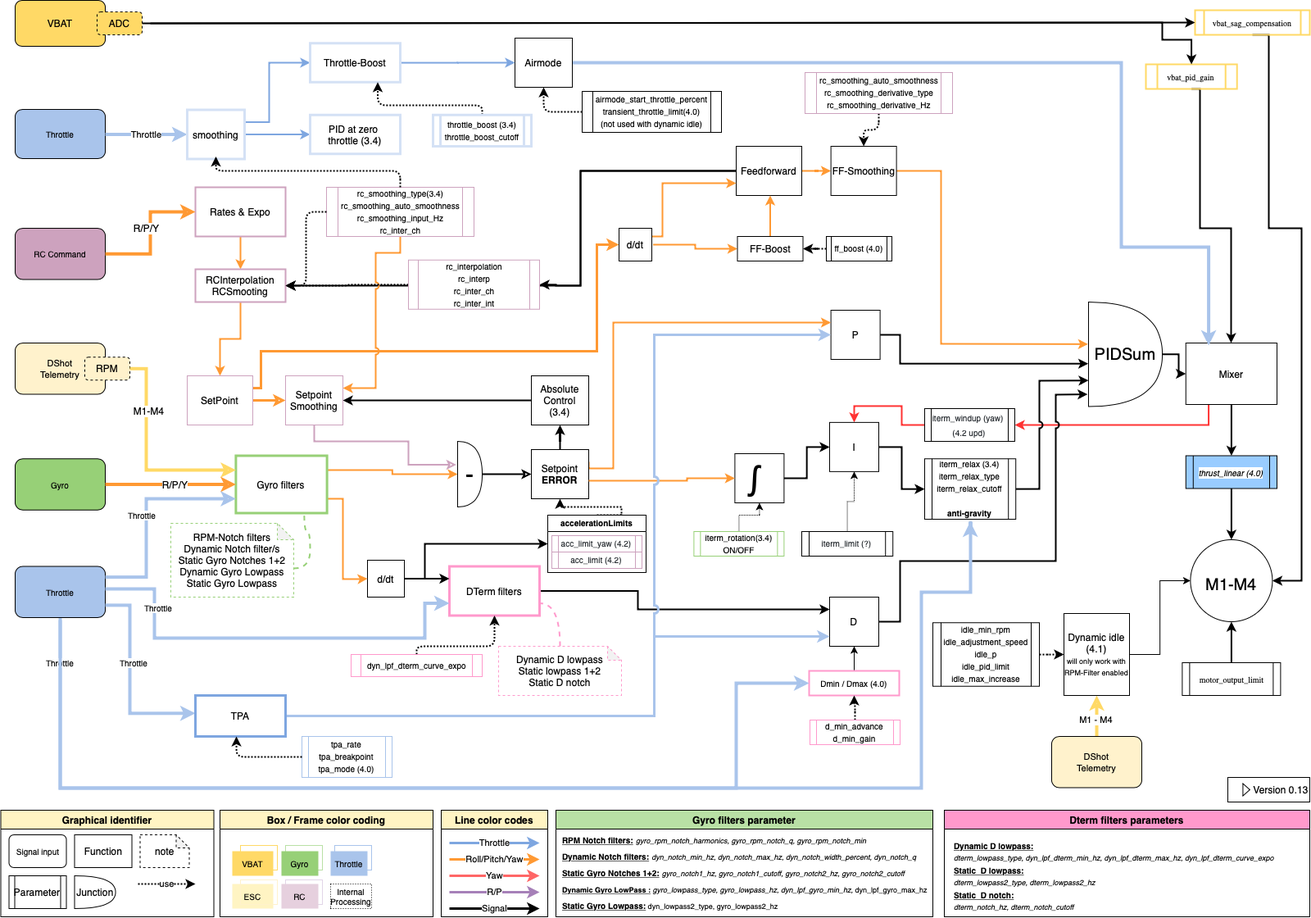
This is bf-4.2_processing-workflow.png from mrRobot62/betaflight_processing, a draw.io export, as it was before one commit. Source tidied: cells renumbered, new cells last; positions are measured from the earlier drawing's top-left corner, leaving out a move shared by most shapes.
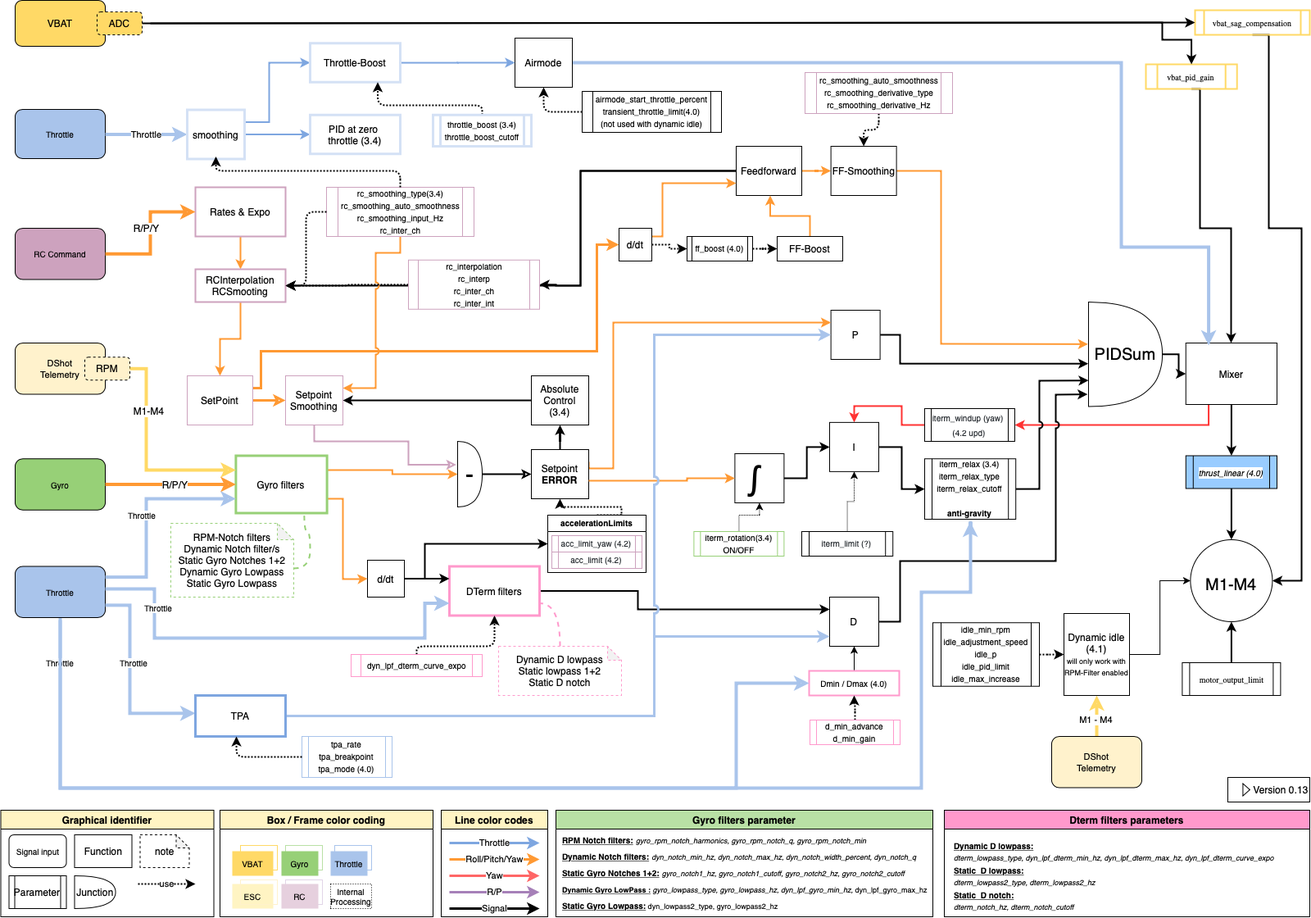
The same diagram one commit later.

The edit, as a diff of the source:
```diff
@@ -166,6 +166,9 @@
         </Array>
       </mxGeometry>
     </mxCell>
+    <mxCell id="194" style="edgeStyle=orthogonalEdgeStyle;rounded=0;jettySize=auto;html=1;entryX=0;entryY=0.5;entryDx=0;entryDy=0;dashed=1;dashPattern=1 1;strokeWidth=2;" parent="1" edge="1" source="121" target="174">
+      <mxGeometry relative="1" as="geometry" />
+    </mxCell>
     <mxCell id="47" value="Central" parent="0" />
     <mxCell id="48" value="&lt;font style=&quot;font-size: 20px&quot;&gt;M1-M4&lt;/font&gt;" style="verticalLabelPosition=middle;shadow=0;dashed=0;align=center;html=1;verticalAlign=middle;strokeWidth=1;shape=ellipse;fontSize=32;perimeter=ellipsePerimeter;" parent="47" vertex="1">
       <mxGeometry x="1452.4" y="658" width="100" height="100" as="geometry" />
@@ -670,19 +673,13 @@
     <mxCell id="150" value="TPA" style="whiteSpace=wrap;html=1;fillColor=#FFFFFF;fontSize=12;strokeWidth=3;strokeColor=#7EA6E0;" parent="47" vertex="1">
       <mxGeometry x="238" y="848" width="110" height="50" as="geometry" />
     </mxCell>
-    <mxCell id="151" style="edgeStyle=orthogonalEdgeStyle;rounded=0;jumpStyle=arc;orthogonalLoop=1;jettySize=auto;html=1;strokeWidth=2;strokeColor=#FF9933;" parent="47" edge="1">
+    <mxCell id="151" style="edgeStyle=orthogonalEdgeStyle;rounded=0;jumpStyle=arc;jettySize=auto;html=1;strokeWidth=2;strokeColor=#FF9933;exitX=0.5;exitY=0;exitDx=0;exitDy=0;" parent="47" edge="1" source="153">
       <mxGeometry relative="1" as="geometry">
-        <mxPoint x="939.5" y="288" as="sourcePoint" />
         <mxPoint x="939.5" y="238" as="targetPoint" />
       </mxGeometry>
     </mxCell>
-    <mxCell id="152" style="edgeStyle=orthogonalEdgeStyle;rounded=0;jumpStyle=arc;jettySize=auto;html=1;entryX=0;entryY=0.5;entryDx=0;entryDy=0;strokeWidth=2;exitX=1;exitY=0.5;exitDx=0;exitDy=0;strokeColor=#FF9933;" parent="47" edge="1" target="153">
-      <mxGeometry relative="1" as="geometry">
-        <mxPoint x="796.5" y="298" as="sourcePoint" />
-      </mxGeometry>
-    </mxCell>
     <mxCell id="153" value="FF-Boost" style="whiteSpace=wrap;html=1;fillColor=#FFFFFF;fontSize=12;" parent="47" vertex="1">
-      <mxGeometry x="899.5" y="288" width="80" height="30" as="geometry" />
+      <mxGeometry x="948" y="288" width="80" height="30" as="geometry" />
     </mxCell>
     <mxCell id="154" style="edgeStyle=orthogonalEdgeStyle;rounded=0;jettySize=auto;html=1;strokeColor=#7EA6E0;strokeWidth=2;fontSize=10;fontColor=#7EA6E0;" parent="47" edge="1" source="155" target="140">
       <mxGeometry relative="1" as="geometry" />
@@ -759,11 +756,11 @@
     <mxCell id="172" value="&lt;div class=&quot;page&quot; title=&quot;Page 1&quot;&gt;&lt;div class=&quot;section&quot;&gt;&lt;div class=&quot;layoutArea&quot;&gt;&lt;div class=&quot;column&quot;&gt;&lt;div class=&quot;page&quot; title=&quot;Page 1&quot;&gt;&lt;div class=&quot;section&quot;&gt;&lt;div class=&quot;layoutArea&quot; style=&quot;font-size: 10px&quot;&gt;&lt;div class=&quot;column&quot; style=&quot;line-height: 50%&quot;&gt;&lt;p&gt;&lt;span&gt;rc_smoothing_auto_smoothness&lt;/span&gt;&lt;br&gt;&lt;/p&gt;&lt;p&gt;rc_smoothing_derivative_type&lt;/p&gt;&lt;p&gt;rc_smoothing_derivative_Hz&lt;/p&gt;&lt;/div&gt;&lt;/div&gt;&lt;/div&gt;&lt;/div&gt;&lt;/div&gt;&lt;/div&gt;&lt;/div&gt;&lt;/div&gt;" style="shape=process;whiteSpace=wrap;html=1;backgroundOutline=1;strokeWidth=1;size=0.07692307692307693;fillColor=#FFFFFF;strokeColor=#CDA2BE;" parent="166" vertex="1">
       <mxGeometry x="982" y="88" width="180" height="50" as="geometry" />
     </mxCell>
-    <mxCell id="173" style="edgeStyle=orthogonalEdgeStyle;rounded=1;jettySize=auto;html=1;entryX=1;entryY=0.5;entryDx=0;entryDy=0;dashed=1;dashPattern=1 1;strokeWidth=2;" parent="166" edge="1" source="174" target="153">
+    <mxCell id="173" style="edgeStyle=orthogonalEdgeStyle;rounded=1;jettySize=auto;html=1;entryX=0;entryY=0.5;entryDx=0;entryDy=0;dashed=1;dashPattern=1 1;strokeWidth=2;" parent="166" edge="1" source="174" target="153">
       <mxGeometry relative="1" as="geometry" />
     </mxCell>
     <mxCell id="174" value="&lt;div class=&quot;page&quot; title=&quot;Page 1&quot;&gt;&lt;div class=&quot;section&quot;&gt;&lt;div class=&quot;layoutArea&quot;&gt;&lt;div class=&quot;column&quot;&gt;&lt;div class=&quot;page&quot; title=&quot;Page 1&quot;&gt;&lt;div class=&quot;section&quot;&gt;&lt;div class=&quot;layoutArea&quot; style=&quot;font-size: 10px&quot;&gt;&lt;div class=&quot;column&quot; style=&quot;line-height: 50%&quot;&gt;&lt;p&gt;ff_boost (4.0)&lt;/p&gt;&lt;/div&gt;&lt;/div&gt;&lt;/div&gt;&lt;/div&gt;&lt;/div&gt;&lt;/div&gt;&lt;/div&gt;&lt;/div&gt;" style="shape=process;whiteSpace=wrap;html=1;backgroundOutline=1;strokeWidth=1;size=0.07692307692307693;fillColor=none;" parent="166" vertex="1">
-      <mxGeometry x="1008" y="288" width="80" height="30" as="geometry" />
+      <mxGeometry x="838" y="288" width="80" height="30" as="geometry" />
     </mxCell>
     <mxCell id="175" value="&lt;div class=&quot;page&quot; title=&quot;Page 1&quot;&gt;&lt;div class=&quot;section&quot;&gt;&lt;div class=&quot;layoutArea&quot;&gt;&lt;div class=&quot;column&quot;&gt;&lt;div class=&quot;page&quot; title=&quot;Page 1&quot;&gt;&lt;div class=&quot;section&quot;&gt;&lt;div class=&quot;layoutArea&quot; style=&quot;font-size: 10px&quot;&gt;&lt;div class=&quot;column&quot; style=&quot;line-height: 50%&quot;&gt;&lt;p&gt;idle_min_rpm&lt;/p&gt;&lt;p&gt;idle_adjustment_speed&lt;/p&gt;&lt;p&gt;idle_p&lt;/p&gt;&lt;p&gt;idle_pid_limit&lt;/p&gt;&lt;p&gt;idle_max_increase&lt;/p&gt;&lt;/div&gt;&lt;/div&gt;&lt;/div&gt;&lt;/div&gt;&lt;/div&gt;&lt;/div&gt;&lt;/div&gt;&lt;/div&gt;" style="shape=process;whiteSpace=wrap;html=1;backgroundOutline=1;strokeWidth=1;size=0.07692307692307693;fillColor=#FFFFFF;" parent="166" vertex="1">
       <mxGeometry x="1138" y="759.2" width="130" height="77.5" as="geometry" />
```
